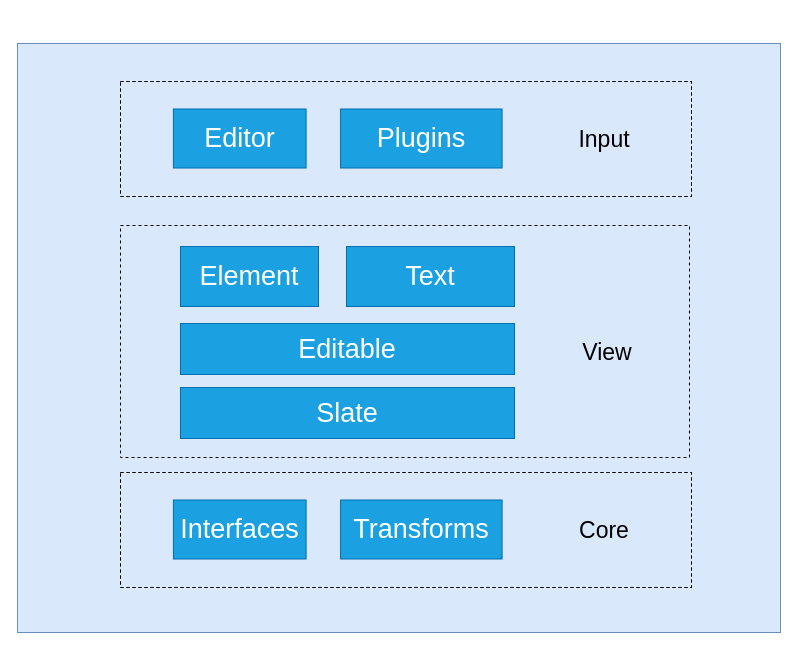
The draw.io diagram slate.drawio in xrr2016/drawio-files, before the edit. Source tidied: cells renumbered, new cells numbered last; positions are measured from the earlier drawing's top-left corner, leaving out a move shared by most shapes. Both pictures are drawn from the tidied source at 100%, with x=0, y=0 at pixel (17, 43).
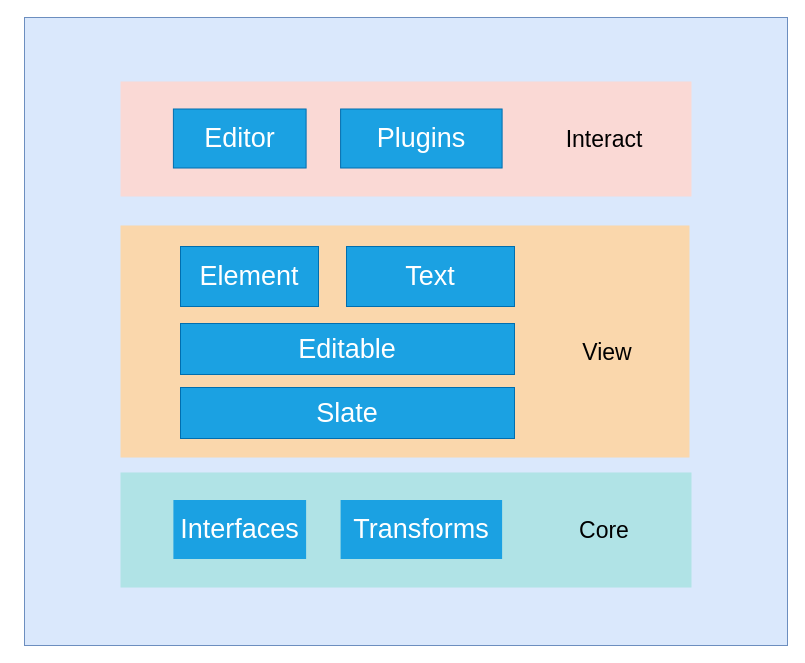
The same page after the edit.

Change to the diagram source:
```diff
@@
 <mxGraphModel>
   <root>
     <mxCell id="0" />
     <mxCell id="1" parent="0" />
-    <mxCell id="2" style="rounded=0;whiteSpace=wrap;html=1;fontSize=23;fillColor=#dae8fc;strokeColor=#6c8ebf;" parent="1" vertex="1">
-      <mxGeometry width="763" height="589" as="geometry" />
+    <mxCell id="2" style="whiteSpace=wrap;html=1;fontSize=23;fillColor=#dae8fc;strokeColor=#6c8ebf;" parent="1" vertex="1">
+      <mxGeometry x="7" y="-26" width="763" height="628" as="geometry" />
     </mxCell>
-    <mxCell id="3" style="rounded=0;whiteSpace=wrap;html=1;fillColor=none;dashed=1;" parent="1" vertex="1">
+    <mxCell id="3" style="whiteSpace=wrap;html=1;dashed=1;fillColor=#fad7ac;strokeColor=none;" parent="1" vertex="1">
       <mxGeometry x="103" y="182" width="569" height="232" as="geometry" />
     </mxCell>
-    <mxCell id="4" value="View" style="text;html=1;strokeColor=none;fillColor=none;align=center;verticalAlign=middle;whiteSpace=wrap;rounded=0;fontSize=23;" parent="1" vertex="1">
+    <mxCell id="4" value="View" style="text;html=1;strokeColor=none;fillColor=none;align=center;verticalAlign=middle;whiteSpace=wrap;fontSize=23;" parent="1" vertex="1">
       <mxGeometry x="497" y="290" width="185.5" height="38" as="geometry" />
     </mxCell>
-    <mxCell id="5" value="Element" style="text;html=1;strokeColor=#006EAF;fillColor=#1ba1e2;align=center;verticalAlign=middle;whiteSpace=wrap;rounded=0;fontSize=27;fontColor=#ffffff;" parent="1" vertex="1">
+    <mxCell id="5" value="Element" style="text;html=1;strokeColor=#006EAF;fillColor=#1ba1e2;align=center;verticalAlign=middle;whiteSpace=wrap;fontSize=27;fontColor=#ffffff;" parent="1" vertex="1">
       <mxGeometry x="163" y="203" width="138" height="60" as="geometry" />
     </mxCell>
-    <mxCell id="6" value="Text" style="text;html=1;strokeColor=#006EAF;fillColor=#1ba1e2;align=center;verticalAlign=middle;whiteSpace=wrap;rounded=0;fontSize=27;fontColor=#ffffff;" parent="1" vertex="1">
+    <mxCell id="6" value="Text" style="text;html=1;strokeColor=#006EAF;fillColor=#1ba1e2;align=center;verticalAlign=middle;whiteSpace=wrap;fontSize=27;fontColor=#ffffff;" parent="1" vertex="1">
       <mxGeometry x="329" y="203" width="168" height="60" as="geometry" />
     </mxCell>
-    <mxCell id="7" value="Slate" style="text;html=1;strokeColor=#006EAF;fillColor=#1ba1e2;align=center;verticalAlign=middle;whiteSpace=wrap;rounded=0;fontSize=27;fontColor=#ffffff;" parent="1" vertex="1">
+    <mxCell id="7" value="Slate" style="text;html=1;strokeColor=#006EAF;fillColor=#1ba1e2;align=center;verticalAlign=middle;whiteSpace=wrap;fontSize=27;fontColor=#ffffff;" parent="1" vertex="1">
       <mxGeometry x="163" y="344" width="334" height="51" as="geometry" />
     </mxCell>
-    <mxCell id="8" style="group;strokeColor=#000000;dashed=1;" parent="1" vertex="1">
+    <mxCell id="8" style="group;dashed=1;fillColor=#b0e3e6;" parent="1" vertex="1">
       <mxGeometry x="103" y="429" width="571" height="115" as="geometry" />
     </mxCell>
-    <mxCell id="9" style="rounded=0;whiteSpace=wrap;html=1;fillColor=none;dashed=1;" parent="8" vertex="1">
-      <mxGeometry width="571" height="115" as="geometry" />
-    </mxCell>
+    <mxCell id="13" value="Editable" style="text;html=1;strokeColor=#006EAF;fillColor=#1ba1e2;align=center;verticalAlign=middle;whiteSpace=wrap;fontSize=27;fontColor=#ffffff;" parent="1" vertex="1">
+      <mxGeometry x="163" y="280" width="334" height="51" as="geometry" />
+    </mxCell>
+    <mxCell id="14" style="group;dashed=1;fillColor=#fad9d5;" parent="1" vertex="1">
+      <mxGeometry x="103" y="38" width="571" height="115" as="geometry" />
+    </mxCell>
-    <mxCell id="10" value="Core" style="text;html=1;strokeColor=none;fillColor=none;align=center;verticalAlign=middle;whiteSpace=wrap;rounded=0;fontSize=23;" parent="8" vertex="1">
-      <mxGeometry x="395" y="38.8" width="178.3" height="37.4" as="geometry" />
+    <mxCell id="10" value="Core" style="text;html=1;strokeColor=none;fillColor=none;align=center;verticalAlign=middle;whiteSpace=wrap;fontSize=23;" parent="1" vertex="1">
+      <mxGeometry x="498" y="467.8" width="178.3" height="37.4" as="geometry" />
     </mxCell>
-    <mxCell id="11" value="Interfaces" style="text;html=1;strokeColor=#006EAF;fillColor=#1ba1e2;align=center;verticalAlign=middle;whiteSpace=wrap;rounded=0;fontSize=27;fontColor=#ffffff;" parent="8" vertex="1">
-      <mxGeometry x="52.9" y="27.5" width="132.7" height="59" as="geometry" />
+    <mxCell id="11" value="Interfaces" style="text;html=1;fillColor=#1ba1e2;align=center;verticalAlign=middle;whiteSpace=wrap;fontSize=27;fontColor=#ffffff;" parent="1" vertex="1">
+      <mxGeometry x="155.9" y="456.5" width="132.7" height="59" as="geometry" />
     </mxCell>
-    <mxCell id="12" value="Transforms" style="text;html=1;strokeColor=#006EAF;fillColor=#1ba1e2;align=center;verticalAlign=middle;whiteSpace=wrap;rounded=0;fontSize=27;fontColor=#ffffff;" parent="8" vertex="1">
-      <mxGeometry x="220.1" y="27.5" width="161.5" height="59" as="geometry" />
+    <mxCell id="12" value="Transforms" style="text;html=1;fillColor=#1ba1e2;align=center;verticalAlign=middle;whiteSpace=wrap;fontSize=27;fontColor=#ffffff;" parent="1" vertex="1">
+      <mxGeometry x="323.1" y="456.5" width="161.5" height="59" as="geometry" />
     </mxCell>
-    <mxCell id="13" value="Editable" style="text;html=1;strokeColor=#006EAF;fillColor=#1ba1e2;align=center;verticalAlign=middle;whiteSpace=wrap;rounded=0;fontSize=27;fontColor=#ffffff;" parent="1" vertex="1">
-      <mxGeometry x="163" y="280" width="334" height="51" as="geometry" />
-    </mxCell>
-    <mxCell id="14" style="group;dashed=1;strokeColor=#000000;" parent="1" vertex="1">
-      <mxGeometry x="103" y="38" width="571" height="115" as="geometry" />
-    </mxCell>
-    <mxCell id="15" style="rounded=0;whiteSpace=wrap;html=1;dashed=1;fillColor=none;" parent="14" vertex="1">
-      <mxGeometry width="571" height="115" as="geometry" />
-    </mxCell>
-    <mxCell id="16" value="Input" style="text;html=1;strokeColor=none;fillColor=none;align=center;verticalAlign=middle;whiteSpace=wrap;rounded=0;fontSize=23;" parent="14" vertex="1">
-      <mxGeometry x="395" y="38.8" width="178.3" height="37.4" as="geometry" />
+    <mxCell id="16" value="Interact" style="text;html=1;strokeColor=none;fillColor=none;align=center;verticalAlign=middle;whiteSpace=wrap;fontSize=23;" parent="1" vertex="1">
+      <mxGeometry x="498" y="76.8" width="178.3" height="37.4" as="geometry" />
     </mxCell>
-    <mxCell id="17" value="Editor" style="text;html=1;strokeColor=#006EAF;fillColor=#1ba1e2;align=center;verticalAlign=middle;whiteSpace=wrap;rounded=0;fontSize=27;fontColor=#ffffff;" parent="14" vertex="1">
-      <mxGeometry x="52.9" y="27.5" width="132.7" height="59" as="geometry" />
+    <mxCell id="17" value="Editor" style="text;html=1;strokeColor=#006EAF;fillColor=#1ba1e2;align=center;verticalAlign=middle;whiteSpace=wrap;fontSize=27;fontColor=#ffffff;" parent="1" vertex="1">
+      <mxGeometry x="155.9" y="65.5" width="132.7" height="59" as="geometry" />
     </mxCell>
-    <mxCell id="18" value="Plugins" style="text;html=1;strokeColor=#006EAF;fillColor=#1ba1e2;align=center;verticalAlign=middle;whiteSpace=wrap;rounded=0;fontSize=27;fontColor=#ffffff;" parent="14" vertex="1">
-      <mxGeometry x="220.1" y="27.5" width="161.5" height="59" as="geometry" />
+    <mxCell id="18" value="Plugins" style="text;html=1;strokeColor=#006EAF;fillColor=#1ba1e2;align=center;verticalAlign=middle;whiteSpace=wrap;fontSize=27;fontColor=#ffffff;" parent="1" vertex="1">
+      <mxGeometry x="323.1" y="65.5" width="161.5" height="59" as="geometry" />
     </mxCell>
   </root>
 </mxGraphModel>
```
